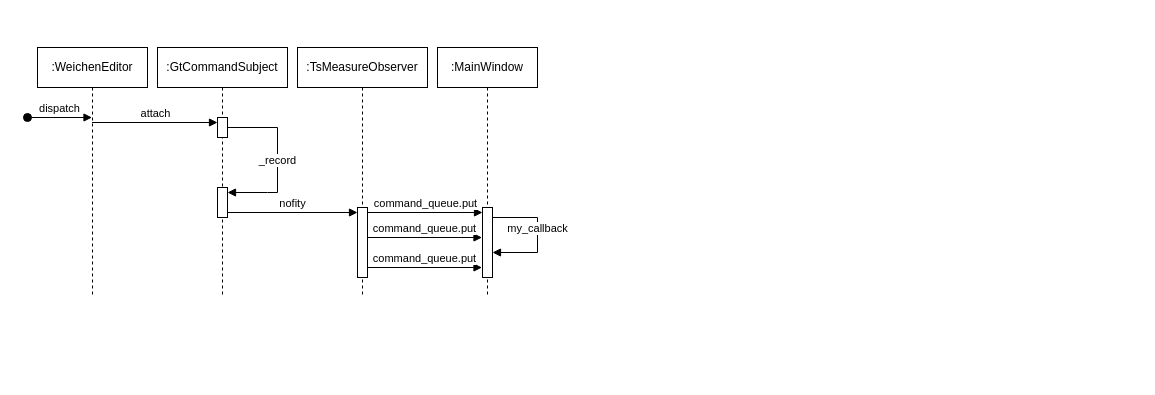
pascalreiss/draw_io_stuff keeps this draw.io diagram as procedural/meassure_trainswitch.drawio. Above is the earlier version. Source tidied: cells renumbered, new cells numbered last; positions are measured from the earlier drawing's top-left corner, leaving out a move shared by most shapes. Both pictures are drawn from the tidied source at 100%, with x=0, y=0 at pixel (27, 47).
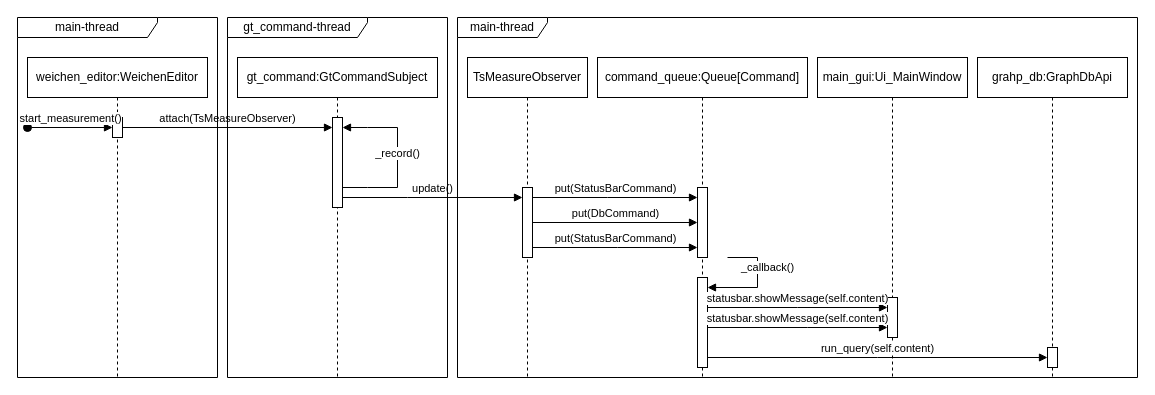
Above is the later version.

The edit, as a diff of the source:
```diff
@@
-    <mxCell id="2" value=":WeichenEditor" style="shape=umlLifeline;perimeter=lifelinePerimeter;whiteSpace=wrap;html=1;outlineConnect=0;portConstraint=eastwest;newEdgeStyle={&quot;curved&quot;:0,&quot;rounded&quot;:0};" parent="1" vertex="1">
-      <mxGeometry x="10" width="110" height="250" as="geometry" />
+    <mxCell id="2" value="weichen_editor:WeichenEditor" style="shape=umlLifeline;perimeter=lifelinePerimeter;whiteSpace=wrap;html=1;outlineConnect=0;portConstraint=eastwest;newEdgeStyle={&quot;curved&quot;:0,&quot;rounded&quot;:0};" parent="1" vertex="1">
+      <mxGeometry y="10" width="180" height="320" as="geometry" />
     </mxCell>
+    <mxCell id="18" style="html=1;points=[[0,0,0,0,5],[0,1,0,0,-5],[1,0,0,0,5],[1,1,0,0,-5]];perimeter=orthogonalPerimeter;outlineConnect=0;targetShapes=umlLifeline;portConstraint=eastwest;newEdgeStyle={&quot;curved&quot;:0,&quot;rounded&quot;:0};" parent="2" vertex="1">
+      <mxGeometry x="85" y="60" width="10" height="20" as="geometry" />
+    </mxCell>
-    <mxCell id="3" value=":GtCommandSubject" style="shape=umlLifeline;whiteSpace=wrap;html=1;newEdgeStyle={&quot;curved&quot;:0,&quot;rounded&quot;:0};perimeter=rectanglePerimeter;targetShapes=umlLifeline;participant=label;" parent="1" vertex="1">
-      <mxGeometry x="130" width="130" height="250" as="geometry" />
+    <mxCell id="3" value="gt_command:GtCommandSubject" style="shape=umlLifeline;whiteSpace=wrap;html=1;newEdgeStyle={&quot;curved&quot;:0,&quot;rounded&quot;:0};perimeter=rectanglePerimeter;targetShapes=umlLifeline;participant=label;" parent="1" vertex="1">
+      <mxGeometry x="210" y="10" width="200" height="320" as="geometry" />
     </mxCell>
-    <mxCell id="4" style="html=1;points=[[0,0,0,0,5],[0,1,0,0,-5],[1,0,0,0,5],[1,1,0,0,-5]];perimeter=orthogonalPerimeter;outlineConnect=0;targetShapes=umlLifeline;portConstraint=eastwest;newEdgeStyle={&quot;curved&quot;:0,&quot;rounded&quot;:0};" parent="3" vertex="1">
-      <mxGeometry x="60" y="70" width="10" height="20" as="geometry" />
-    </mxCell>
-    <mxCell id="5" style="html=1;points=[[0,0,0,0,5],[0,1,0,0,-5],[1,0,0,0,5],[1,1,0,0,-5]];perimeter=orthogonalPerimeter;outlineConnect=0;targetShapes=umlLifeline;portConstraint=eastwest;newEdgeStyle={&quot;curved&quot;:0,&quot;rounded&quot;:0};" parent="3" vertex="1">
-      <mxGeometry x="60" y="140" width="10" height="30" as="geometry" />
-    </mxCell>
+    <mxCell id="19" style="html=1;points=[[0,0,0,0,5],[0,1,0,0,-5],[1,0,0,0,5],[1,1,0,0,-5]];perimeter=orthogonalPerimeter;outlineConnect=0;targetShapes=umlLifeline;portConstraint=eastwest;newEdgeStyle={&quot;curved&quot;:0,&quot;rounded&quot;:0};" parent="3" vertex="1">
+      <mxGeometry x="95" y="60" width="10" height="90" as="geometry" />
+    </mxCell>
+    <mxCell id="20" value="_record()" style="html=1;verticalAlign=bottom;endArrow=block;curved=0;rounded=0;" parent="3" edge="1" source="19" target="19">
+      <mxGeometry x="-0.06" relative="1" as="geometry">
+        <Array as="points">
+          <mxPoint x="130" y="130" />
+          <mxPoint x="160" y="130" />
+          <mxPoint x="160" y="70" />
+          <mxPoint x="130" y="70" />
+        </Array>
+      </mxGeometry>
+    </mxCell>
-    <mxCell id="6" value=":TsMeasureObserver" style="shape=umlLifeline;perimeter=lifelinePerimeter;whiteSpace=wrap;html=1;newEdgeStyle={&quot;curved&quot;:0,&quot;rounded&quot;:0};" parent="1" vertex="1">
-      <mxGeometry x="270" width="130" height="250" as="geometry" />
+    <mxCell id="6" value="TsMeasureObserver" style="shape=umlLifeline;perimeter=lifelinePerimeter;whiteSpace=wrap;html=1;newEdgeStyle={&quot;curved&quot;:0,&quot;rounded&quot;:0};" parent="1" vertex="1">
+      <mxGeometry x="440" y="10" width="120" height="320" as="geometry" />
     </mxCell>
-    <mxCell id="7" style="html=1;points=[[0,0,0,0,5],[0,1,0,0,-5],[1,0,0,0,5],[1,1,0,0,-5]];perimeter=orthogonalPerimeter;outlineConnect=0;targetShapes=umlLifeline;portConstraint=eastwest;newEdgeStyle={&quot;curved&quot;:0,&quot;rounded&quot;:0};" parent="6" vertex="1">
-      <mxGeometry x="60" y="160" width="10" height="70" as="geometry" />
-    </mxCell>
-    <mxCell id="8" value=":MainWindow" style="shape=umlLifeline;perimeter=lifelinePerimeter;whiteSpace=wrap;html=1;newEdgeStyle={&quot;curved&quot;:0,&quot;rounded&quot;:0};" parent="1" vertex="1">
-      <mxGeometry x="410" width="100" height="250" as="geometry" />
-    </mxCell>
-    <mxCell id="9" style="html=1;points=[[0,0,0,0,5],[0,1,0,0,-5],[1,0,0,0,5],[1,1,0,0,-5]];perimeter=orthogonalPerimeter;outlineConnect=0;targetShapes=umlLifeline;portConstraint=eastwest;newEdgeStyle={&quot;curved&quot;:0,&quot;rounded&quot;:0};" parent="8" vertex="1">
-      <mxGeometry x="45" y="160" width="10" height="70" as="geometry" />
-    </mxCell>
-    <mxCell id="10" value="my_callback" style="html=1;verticalAlign=bottom;endArrow=block;curved=0;rounded=0;" parent="8" edge="1" source="9" target="9">
-      <mxGeometry x="0.04" relative="1" as="geometry">
-        <Array as="points">
-          <mxPoint x="100" y="170" />
-          <mxPoint x="100" y="205" />
-        </Array>
-      </mxGeometry>
-    </mxCell>
-    <mxCell id="11" value="attach" style="html=1;verticalAlign=bottom;endArrow=block;curved=0;rounded=0;entryX=0;entryY=0;entryDx=0;entryDy=5;entryPerimeter=0;" parent="1" edge="1" source="2" target="4">
-      <mxGeometry relative="1" as="geometry" />
-    </mxCell>
-    <mxCell id="12" value="dispatch" style="html=1;verticalAlign=bottom;startArrow=oval;startFill=1;endArrow=block;startSize=8;curved=0;rounded=0;" parent="1" edge="1">
-      <mxGeometry relative="1" as="geometry">
-        <mxPoint y="70" as="sourcePoint" />
-        <mxPoint x="64.5" y="70" as="targetPoint" />
-      </mxGeometry>
-    </mxCell>
-    <mxCell id="13" value="_record" style="html=1;verticalAlign=bottom;endArrow=block;curved=0;rounded=0;entryX=1;entryY=0;entryDx=0;entryDy=5;entryPerimeter=0;" parent="1" edge="1" target="5">
-      <mxGeometry x="0.11" relative="1" as="geometry">
-        <mxPoint x="200" y="80" as="sourcePoint" />
-        <Array as="points">
-          <mxPoint x="250" y="80" />
-          <mxPoint x="250" y="145" />
-          <mxPoint x="240" y="145" />
-        </Array>
-      </mxGeometry>
-    </mxCell>
-    <mxCell id="14" value="nofity" style="html=1;verticalAlign=bottom;endArrow=block;curved=0;rounded=0;entryX=0;entryY=0;entryDx=0;entryDy=5;exitX=1;exitY=1;exitDx=0;exitDy=-5;exitPerimeter=0;" parent="1" edge="1" source="5" target="7">
-      <mxGeometry relative="1" as="geometry" />
-    </mxCell>
-    <mxCell id="15" value="command_queue.put" style="html=1;verticalAlign=bottom;endArrow=block;curved=0;rounded=0;entryX=0;entryY=0;entryDx=0;entryDy=5;" parent="1" edge="1">
-      <mxGeometry relative="1" as="geometry">
-        <mxPoint x="340" y="165" as="sourcePoint" />
-        <mxPoint x="455" y="165" as="targetPoint" />
-      </mxGeometry>
-    </mxCell>
-    <mxCell id="16" value="command_queue.put" style="html=1;verticalAlign=bottom;endArrow=block;curved=0;rounded=0;" parent="1" edge="1" source="7">
-      <mxGeometry relative="1" as="geometry">
-        <mxPoint x="454.5" y="190" as="targetPoint" />
-      </mxGeometry>
-    </mxCell>
-    <mxCell id="17" value="command_queue.put" style="html=1;verticalAlign=bottom;endArrow=block;curved=0;rounded=0;" parent="1" edge="1">
-      <mxGeometry relative="1" as="geometry">
-        <mxPoint x="340" y="220" as="sourcePoint" />
-        <mxPoint x="454.5" y="220" as="targetPoint" />
-      </mxGeometry>
-    </mxCell>
+    <mxCell id="21" style="html=1;points=[[0,0,0,0,5],[0,1,0,0,-5],[1,0,0,0,5],[1,1,0,0,-5]];perimeter=orthogonalPerimeter;outlineConnect=0;targetShapes=umlLifeline;portConstraint=eastwest;newEdgeStyle={&quot;curved&quot;:0,&quot;rounded&quot;:0};" parent="6" vertex="1">
+      <mxGeometry x="55" y="130" width="10" height="70" as="geometry" />
+    </mxCell>
+    <mxCell id="22" value="command_queue:Queue[Command]" style="shape=umlLifeline;perimeter=lifelinePerimeter;whiteSpace=wrap;html=1;newEdgeStyle={&quot;curved&quot;:0,&quot;rounded&quot;:0};" parent="1" vertex="1">
+      <mxGeometry x="570" y="10" width="210" height="320" as="geometry" />
+    </mxCell>
+    <mxCell id="23" style="html=1;points=[[0,0,0,0,5],[0,1,0,0,-5],[1,0,0,0,5],[1,1,0,0,-5]];perimeter=orthogonalPerimeter;outlineConnect=0;targetShapes=umlLifeline;portConstraint=eastwest;newEdgeStyle={&quot;curved&quot;:0,&quot;rounded&quot;:0};" parent="22" vertex="1">
+      <mxGeometry x="100" y="130" width="10" height="70" as="geometry" />
+    </mxCell>
+    <mxCell id="24" value="start_measurement()" style="html=1;verticalAlign=bottom;startArrow=oval;startFill=1;endArrow=block;startSize=8;curved=0;rounded=0;" parent="1" edge="1" target="18">
+      <mxGeometry relative="1" as="geometry">
+        <mxPoint y="80" as="sourcePoint" />
+      </mxGeometry>
+    </mxCell>
+    <mxCell id="25" value="attach(TsMeasureObserver)" style="html=1;verticalAlign=bottom;endArrow=block;curved=0;rounded=0;" parent="1" edge="1" source="18" target="19">
+      <mxGeometry relative="1" as="geometry" />
+    </mxCell>
+    <mxCell id="26" value="update()" style="html=1;verticalAlign=bottom;endArrow=block;curved=0;rounded=0;" parent="1" edge="1" source="19" target="21">
+      <mxGeometry relative="1" as="geometry">
+        <Array as="points">
+          <mxPoint x="380" y="150" />
+        </Array>
+      </mxGeometry>
+    </mxCell>
+    <mxCell id="27" value="put(DbCommand)" style="html=1;verticalAlign=bottom;endArrow=block;curved=0;rounded=0;" parent="1" edge="1" source="21" target="23">
+      <mxGeometry relative="1" as="geometry" />
+    </mxCell>
+    <mxCell id="28" value="put(StatusBarCommand)" style="html=1;verticalAlign=bottom;endArrow=block;curved=0;rounded=0;" parent="1" edge="1" source="21" target="23">
+      <mxGeometry relative="1" as="geometry">
+        <Array as="points">
+          <mxPoint x="580" y="150" />
+        </Array>
+      </mxGeometry>
+    </mxCell>
+    <mxCell id="29" value="put(StatusBarCommand)" style="html=1;verticalAlign=bottom;endArrow=block;curved=0;rounded=0;" parent="1" edge="1" source="21" target="23">
+      <mxGeometry relative="1" as="geometry">
+        <Array as="points">
+          <mxPoint x="590" y="200" />
+        </Array>
+      </mxGeometry>
+    </mxCell>
+    <mxCell id="30" value="main-thread" style="shape=umlFrame;whiteSpace=wrap;html=1;width=140;height=20;" parent="1" vertex="1">
+      <mxGeometry x="-10" y="-30" width="200" height="360" as="geometry" />
+    </mxCell>
+    <mxCell id="31" value="gt_command-thread" style="shape=umlFrame;whiteSpace=wrap;html=1;width=140;height=20;" parent="1" vertex="1">
+      <mxGeometry x="200" y="-30" width="220" height="360" as="geometry" />
+    </mxCell>
+    <mxCell id="32" value="main-thread" style="shape=umlFrame;whiteSpace=wrap;html=1;width=90;height=20;" parent="1" vertex="1">
+      <mxGeometry x="430" y="-30" width="680" height="360" as="geometry" />
+    </mxCell>
+    <mxCell id="33" style="html=1;points=[[0,0,0,0,5],[0,1,0,0,-5],[1,0,0,0,5],[1,1,0,0,-5]];perimeter=orthogonalPerimeter;outlineConnect=0;targetShapes=umlLifeline;portConstraint=eastwest;newEdgeStyle={&quot;curved&quot;:0,&quot;rounded&quot;:0};" parent="1" vertex="1">
+      <mxGeometry x="670" y="230" width="10" height="90" as="geometry" />
+    </mxCell>
+    <mxCell id="34" value="_callback()" style="html=1;align=left;spacingLeft=2;endArrow=block;rounded=0;edgeStyle=orthogonalEdgeStyle;curved=0;rounded=0;" parent="1" edge="1" target="33">
+      <mxGeometry x="-0.82" y="-10" relative="1" as="geometry">
+        <mxPoint x="700" y="210" as="sourcePoint" />
+        <Array as="points">
+          <mxPoint x="730" y="210" />
+          <mxPoint x="730" y="240" />
+        </Array>
+      </mxGeometry>
+    </mxCell>
+    <mxCell id="35" value="main_gui:Ui_MainWindow" style="shape=umlLifeline;perimeter=lifelinePerimeter;whiteSpace=wrap;html=1;newEdgeStyle={&quot;curved&quot;:0,&quot;rounded&quot;:0};" parent="1" vertex="1">
+      <mxGeometry x="790" y="10" width="150" height="320" as="geometry" />
+    </mxCell>
+    <mxCell id="36" style="html=1;points=[[0,0,0,0,5],[0,1,0,0,-5],[1,0,0,0,5],[1,1,0,0,-5]];perimeter=orthogonalPerimeter;outlineConnect=0;targetShapes=umlLifeline;portConstraint=eastwest;newEdgeStyle={&quot;curved&quot;:0,&quot;rounded&quot;:0};" parent="35" vertex="1">
+      <mxGeometry x="70" y="240" width="10" height="40" as="geometry" />
+    </mxCell>
+    <mxCell id="37" value="grahp_db:GraphDbApi" style="shape=umlLifeline;perimeter=lifelinePerimeter;whiteSpace=wrap;html=1;newEdgeStyle={&quot;curved&quot;:0,&quot;rounded&quot;:0};" parent="1" vertex="1">
+      <mxGeometry x="950" y="10" width="150" height="320" as="geometry" />
+    </mxCell>
+    <mxCell id="38" style="html=1;points=[[0,0,0,0,5],[0,1,0,0,-5],[1,0,0,0,5],[1,1,0,0,-5]];perimeter=orthogonalPerimeter;outlineConnect=0;targetShapes=umlLifeline;portConstraint=eastwest;newEdgeStyle={&quot;curved&quot;:0,&quot;rounded&quot;:0};" parent="37" vertex="1">
+      <mxGeometry x="70" y="290" width="10" height="20" as="geometry" />
+    </mxCell>
+    <mxCell id="39" value="statusbar.showMessage(self.content)" style="html=1;verticalAlign=bottom;endArrow=block;curved=0;rounded=0;" parent="1" edge="1" source="33" target="36">
+      <mxGeometry relative="1" as="geometry">
+        <Array as="points">
+          <mxPoint x="770" y="260" />
+        </Array>
+      </mxGeometry>
+    </mxCell>
+    <mxCell id="40" value="statusbar.showMessage(self.content)" style="html=1;verticalAlign=bottom;endArrow=block;curved=0;rounded=0;" parent="1" edge="1" source="33" target="36">
+      <mxGeometry relative="1" as="geometry">
+        <Array as="points">
+          <mxPoint x="780" y="280" />
+        </Array>
+      </mxGeometry>
+    </mxCell>
+    <mxCell id="41" value="run_query(self.content)" style="html=1;verticalAlign=bottom;endArrow=block;curved=0;rounded=0;" parent="1" edge="1" source="33" target="38">
+      <mxGeometry relative="1" as="geometry">
+        <Array as="points">
+          <mxPoint x="850" y="310" />
+        </Array>
+      </mxGeometry>
+    </mxCell>
```
